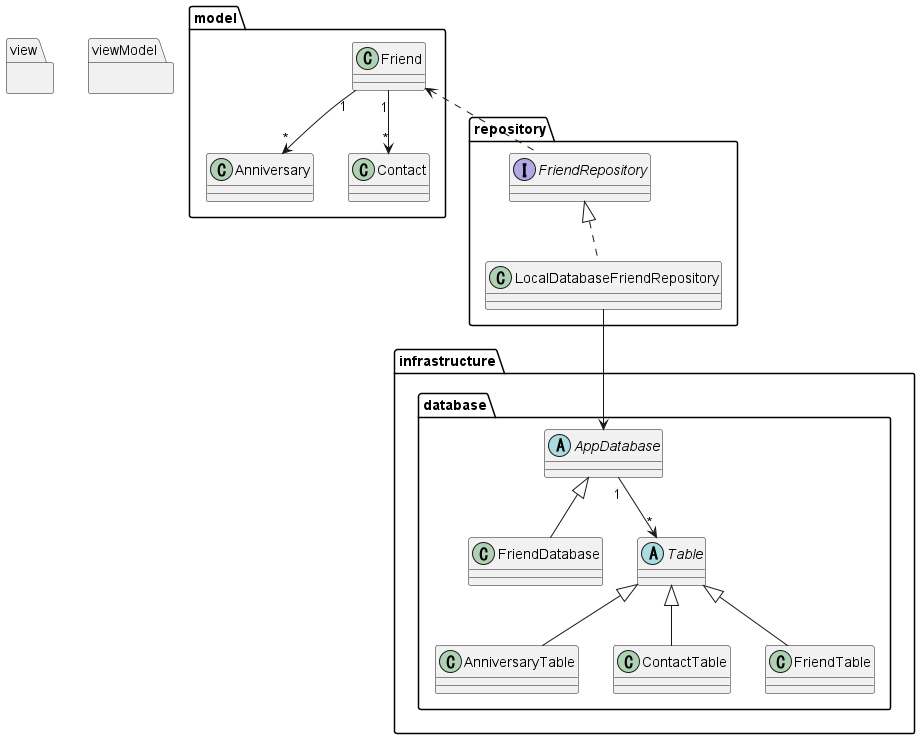
Above: uml/class_diagram/class_diagram.png in nmskm240/friend_list (PlantUML), before the change.
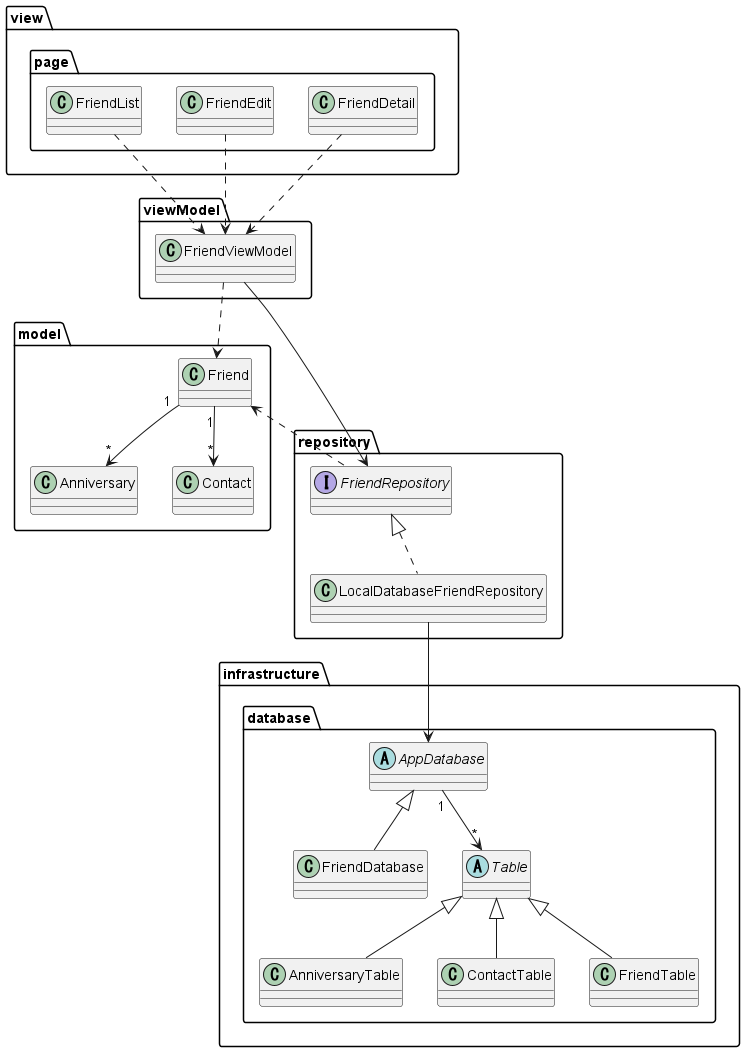
Above is the later version.

Commit message:
create friend view model

What changed in the source:
```diff
@@ -1,8 +1,16 @@
 @startuml
 
-package view {}
+package view {
+    package page {
+        class FriendDetail
+        class FriendEdit
+        class FriendList
+    }
+}
 
-package viewModel {}
+package viewModel {
+    class FriendViewModel
+}
 
 package model {
     class Anniversary
@@ -26,6 +34,13 @@
     }
 }
 
+FriendDetail ..> FriendViewModel
+FriendEdit ..> FriendViewModel
+FriendList ..> FriendViewModel
+
+FriendViewModel ..> Friend
+FriendViewModel --> FriendRepository
+
 Friend "1" --> "*" Anniversary
 Friend "1" --> "*" Contact
 
```
